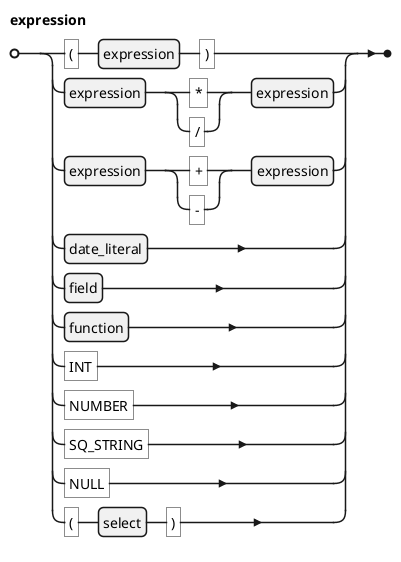
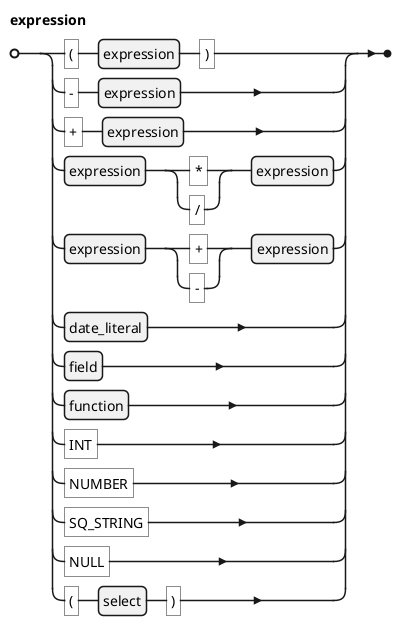
@startebnf
' border and background
skinparam legendBorderColor transparent
skinparam legendBackgroundColor white

'title expression

expression =
 "(", expression, ")"
+ | "-", expression
+ | "+", expression
| expression, ("*" | "/"), expression
| expression, ("+" | "-"), expression
| date_literal
| field
| function
| "INT"
| "NUMBER"
| "SQ_STRING"
| "NULL"
| "(", select, ")"
;

@endebnf
